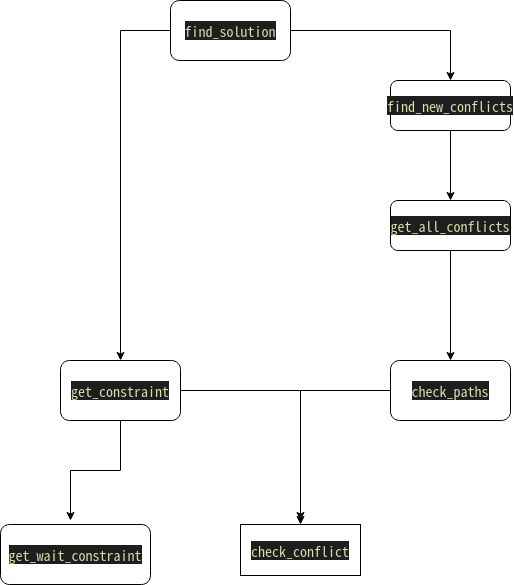
Peter1qaz2wsx/flow_chart- keeps this draw.io diagram as documents/planner.png. Above is the earlier version. Source tidied: cells renumbered, new cells last; positions are measured from the earlier drawing's top-left corner, leaving out a move shared by most shapes.
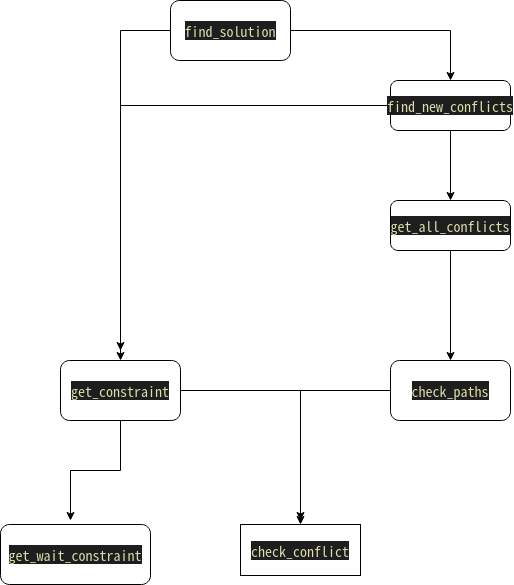
Above is the later version.

Diff of the diagram source:
```diff
@@ -33,6 +33,11 @@
     <mxCell id="10" style="edgeStyle=orthogonalEdgeStyle;rounded=0;jettySize=auto;html=1;exitX=0.5;exitY=1;exitDx=0;exitDy=0;" parent="1" edge="1" source="11" target="9">
       <mxGeometry relative="1" as="geometry" />
     </mxCell>
+    <mxCell id="16" style="edgeStyle=orthogonalEdgeStyle;rounded=0;jettySize=auto;html=1;exitX=0;exitY=0.5;exitDx=0;exitDy=0;" parent="1" edge="1" source="11">
+      <mxGeometry relative="1" as="geometry">
+        <mxPoint x="120" y="350" as="targetPoint" />
+      </mxGeometry>
+    </mxCell>
     <mxCell id="11" value="&lt;div style=&quot;color: rgb(212, 212, 212); background-color: rgb(30, 30, 30); font-family: &amp;quot;droid sans mono&amp;quot;, &amp;quot;monospace&amp;quot;, monospace, &amp;quot;droid sans fallback&amp;quot;; font-weight: normal; font-size: 14px; line-height: 19px;&quot;&gt;&lt;div&gt;&lt;span style=&quot;color: #dcdcaa&quot;&gt;find_new_conflicts&lt;/span&gt;&lt;/div&gt;&lt;/div&gt;" style="rounded=1;whiteSpace=wrap;html=1;" parent="1" vertex="1">
       <mxGeometry x="390" y="80" width="120" height="50" as="geometry" />
     </mxCell>
```
